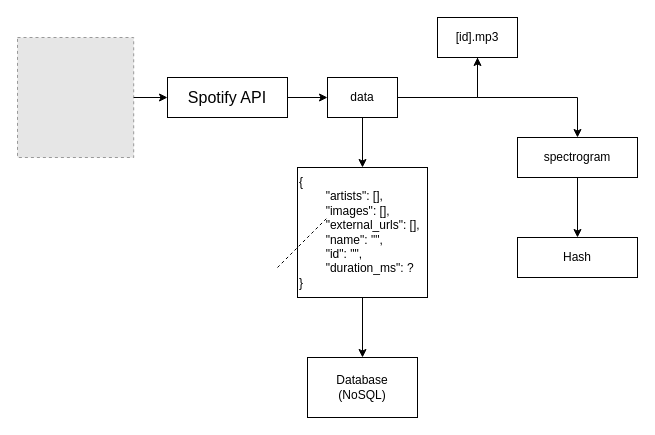
Heahaidu/Song-Identification keeps this draw.io diagram as Untitled Diagram.drawio. Above is the earlier version. Source tidied: cells renumbered, new cells numbered last; positions are measured from the earlier drawing's top-left corner, leaving out a move shared by most shapes. Both pictures are drawn from the tidied source at 100%, with x=0, y=0 at pixel (17, 17). Pictures stored in the file or linked from it are replaced by grey dashed boxes.
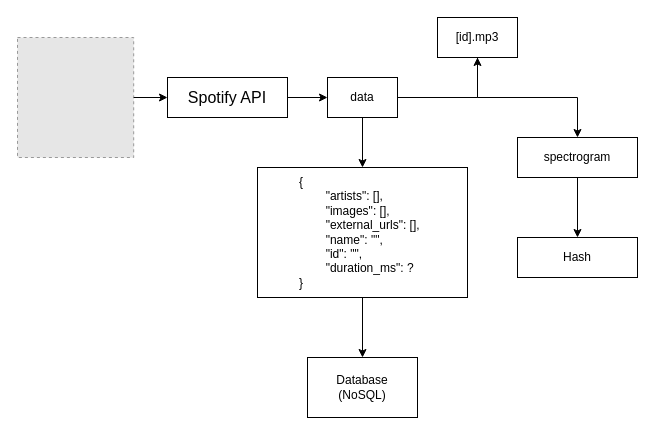
After the change.

The edit, as a diff of the source:
```diff
@@
-<mxGraphModel>
+<mxGraphModel background="light-dark(#FFFFFF,#121212)">
   <root>
     <mxCell id="0" />
     <mxCell id="1" parent="0" />
     <mxCell id="2" style="fillColor=#E6E6E6;strokeColor=#999999;dashed=1;verticalLabelPosition=bottom;labelBackgroundColor=default;verticalAlign=top;" parent="1" vertex="1">
       <mxGeometry y="20" width="116.2" height="120" as="geometry" />
     </mxCell>
     <mxCell id="3" style="edgeStyle=orthogonalEdgeStyle;rounded=0;jettySize=auto;html=1;" parent="1" edge="1" source="4" target="8">
       <mxGeometry relative="1" as="geometry" />
     </mxCell>
     <mxCell id="4" value="&lt;font style=&quot;font-size: 16px;&quot;&gt;Spotify API&lt;/font&gt;" style="rounded=0;whiteSpace=wrap;html=1;" parent="1" vertex="1">
       <mxGeometry x="150" y="60" width="120" height="40" as="geometry" />
     </mxCell>
     <mxCell id="5" style="endArrow=classic;html=1;rounded=0;exitX=1;exitY=0.5;exitDx=0;exitDy=0;entryX=0;entryY=0.5;entryDx=0;entryDy=0;" parent="1" edge="1" source="2" target="4">
       <mxGeometry relative="1" as="geometry" />
     </mxCell>
     <mxCell id="6" style="edgeStyle=orthogonalEdgeStyle;rounded=0;jettySize=auto;html=1;" parent="1" edge="1" source="8" target="10">
       <mxGeometry relative="1" as="geometry" />
     </mxCell>
     <mxCell id="7" style="edgeStyle=orthogonalEdgeStyle;rounded=0;jettySize=auto;html=1;" parent="1" edge="1" source="8" target="13">
       <mxGeometry relative="1" as="geometry" />
     </mxCell>
     <mxCell id="8" value="data" style="rounded=0;whiteSpace=wrap;html=1;" parent="1" vertex="1">
       <mxGeometry x="310" y="60" width="70" height="40" as="geometry" />
     </mxCell>
     <mxCell id="9" style="edgeStyle=orthogonalEdgeStyle;rounded=0;jettySize=auto;html=1;" parent="1" edge="1" source="10" target="16">
       <mxGeometry relative="1" as="geometry" />
     </mxCell>
     <mxCell id="10" value="[id].mp3" style="rounded=0;whiteSpace=wrap;html=1;" parent="1" vertex="1">
       <mxGeometry x="420" width="80" height="40" as="geometry" />
     </mxCell>
     <mxCell id="11" value="Database&lt;br&gt;(NoSQL)" style="rounded=0;whiteSpace=wrap;html=1;" parent="1" vertex="1">
       <mxGeometry x="290" y="340" width="110" height="60" as="geometry" />
     </mxCell>
     <mxCell id="12" style="edgeStyle=orthogonalEdgeStyle;rounded=0;jettySize=auto;html=1;" parent="1" edge="1" source="13" target="11">
       <mxGeometry relative="1" as="geometry" />
     </mxCell>
-    <mxCell id="13" value="{&lt;br&gt;&lt;span style=&quot;white-space: pre;&quot;&gt;&#9;&lt;/span&gt;&quot;artists&quot;: [],&lt;div&gt;&lt;span style=&quot;white-space: pre;&quot;&gt;&#9;&lt;/span&gt;&quot;images&quot;: [],&lt;br&gt;&lt;div&gt;&lt;span style=&quot;white-space: pre;&quot;&gt;&#9;&lt;/span&gt;&quot;external_urls&quot;: [],&lt;br&gt;&lt;span style=&quot;white-space: pre;&quot;&gt;&#9;&lt;/span&gt;&quot;name&quot;: &quot;&quot;,&lt;br&gt;&lt;/div&gt;&lt;div&gt;&lt;span style=&quot;white-space: pre;&quot;&gt;&#9;&lt;/span&gt;&quot;id&quot;: &quot;&quot;,&lt;br&gt;&lt;span style=&quot;white-space: pre;&quot;&gt;&#9;&lt;/span&gt;&quot;duration_ms&quot;: ?&lt;br&gt;}&lt;/div&gt;&lt;/div&gt;" style="whiteSpace=wrap;html=1;align=left;" parent="1" vertex="1">
-      <mxGeometry x="280" y="150" width="130" height="130" as="geometry" />
+    <mxCell id="13" value="&lt;blockquote style=&quot;margin: 0 0 0 40px; border: none; padding: 0px;&quot;&gt;{&lt;br&gt;&lt;span style=&quot;white-space: pre;&quot;&gt;&#9;&lt;/span&gt;&quot;artists&quot;: [],&lt;div&gt;&lt;span style=&quot;white-space: pre;&quot;&gt;&#9;&lt;/span&gt;&quot;images&quot;: [],&lt;/div&gt;&lt;div&gt;&lt;div&gt;&lt;span style=&quot;white-space: pre;&quot;&gt;&#9;&lt;/span&gt;&quot;external_urls&quot;: [],&lt;/div&gt;&lt;/div&gt;&lt;div&gt;&lt;div&gt;&lt;span style=&quot;white-space: pre;&quot;&gt;&#9;&lt;/span&gt;&quot;name&quot;: &quot;&quot;,&lt;/div&gt;&lt;/div&gt;&lt;div&gt;&lt;div&gt;&lt;span style=&quot;white-space: pre;&quot;&gt;&#9;&lt;/span&gt;&quot;id&quot;: &quot;&quot;,&lt;/div&gt;&lt;/div&gt;&lt;div&gt;&lt;div&gt;&lt;span style=&quot;white-space: pre;&quot;&gt;&#9;&lt;/span&gt;&quot;duration_ms&quot;: ?&lt;/div&gt;&lt;/div&gt;&lt;div&gt;&lt;div&gt;}&lt;/div&gt;&lt;/div&gt;&lt;/blockquote&gt;" style="whiteSpace=wrap;html=1;align=left;" parent="1" vertex="1">
+      <mxGeometry x="240" y="150" width="210" height="130" as="geometry" />
     </mxCell>
-    <mxCell id="14" style="endArrow=none;dashed=1;html=1;rounded=0;" parent="1" edge="1">
-      <mxGeometry relative="1" as="geometry">
-        <mxPoint x="260" y="250" as="sourcePoint" />
-        <mxPoint x="310" y="200" as="targetPoint" />
-      </mxGeometry>
-    </mxCell>
     <mxCell id="15" style="edgeStyle=orthogonalEdgeStyle;rounded=0;jettySize=auto;html=1;" parent="1" edge="1" source="16" target="17">
       <mxGeometry relative="1" as="geometry" />
     </mxCell>
     <mxCell id="16" value="spectrogram" style="rounded=0;whiteSpace=wrap;html=1;" parent="1" vertex="1">
       <mxGeometry x="500" y="120" width="120" height="40" as="geometry" />
     </mxCell>
     <mxCell id="17" value="Hash" style="rounded=0;whiteSpace=wrap;html=1;" parent="1" vertex="1">
       <mxGeometry x="500" y="220" width="120" height="40" as="geometry" />
     </mxCell>
   </root>
 </mxGraphModel>
```
